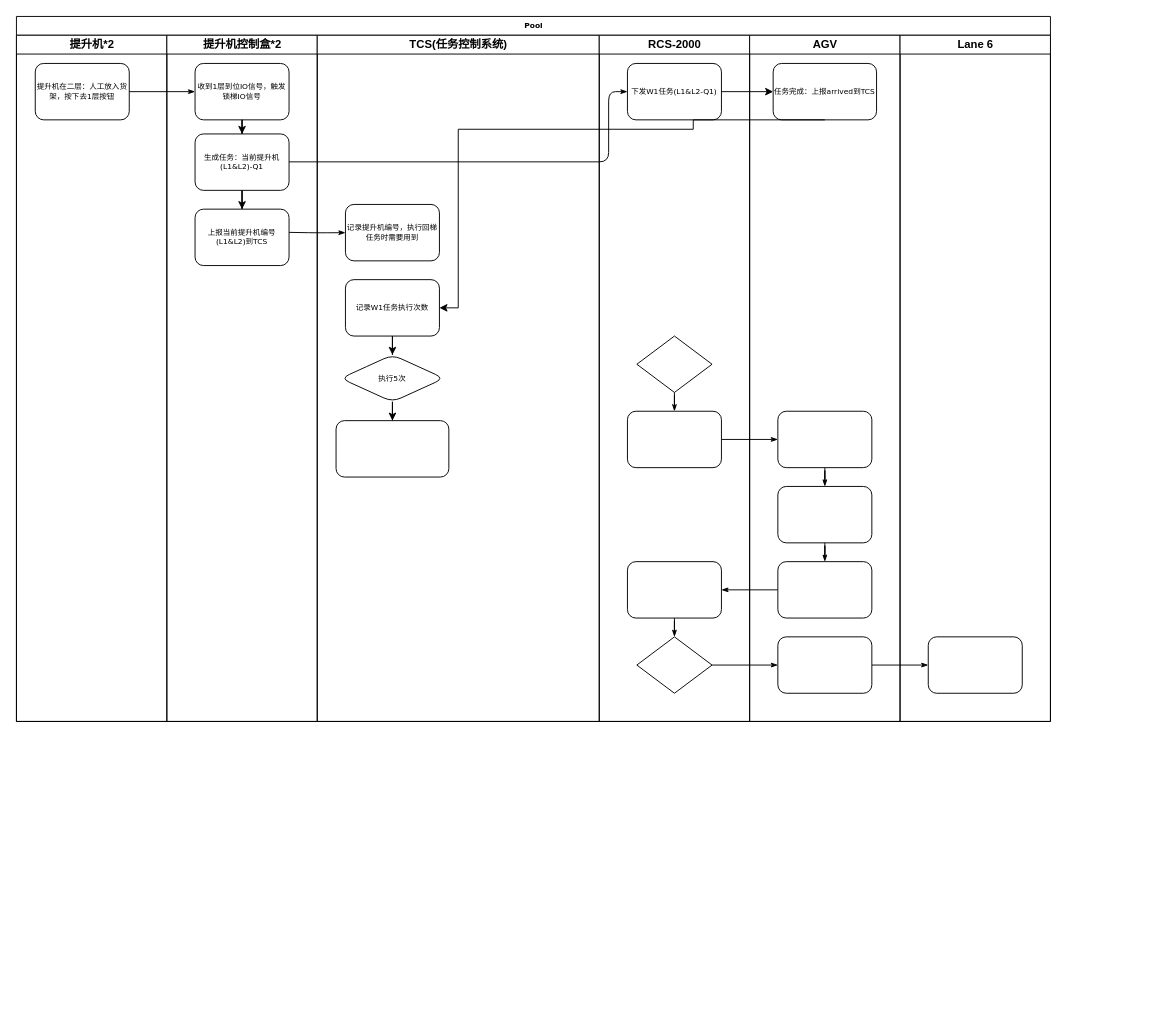
Earlier version of the draw.io diagram data/五子醉控制盒流程.drawio (chenyanxi/hosts). Source tidied: cells renumbered, new cells numbered last; positions are measured from the earlier drawing's top-left corner, leaving out a move shared by most shapes. Both pictures are drawn from the tidied source at 94%, with x=0, y=0 at pixel (16, 16).
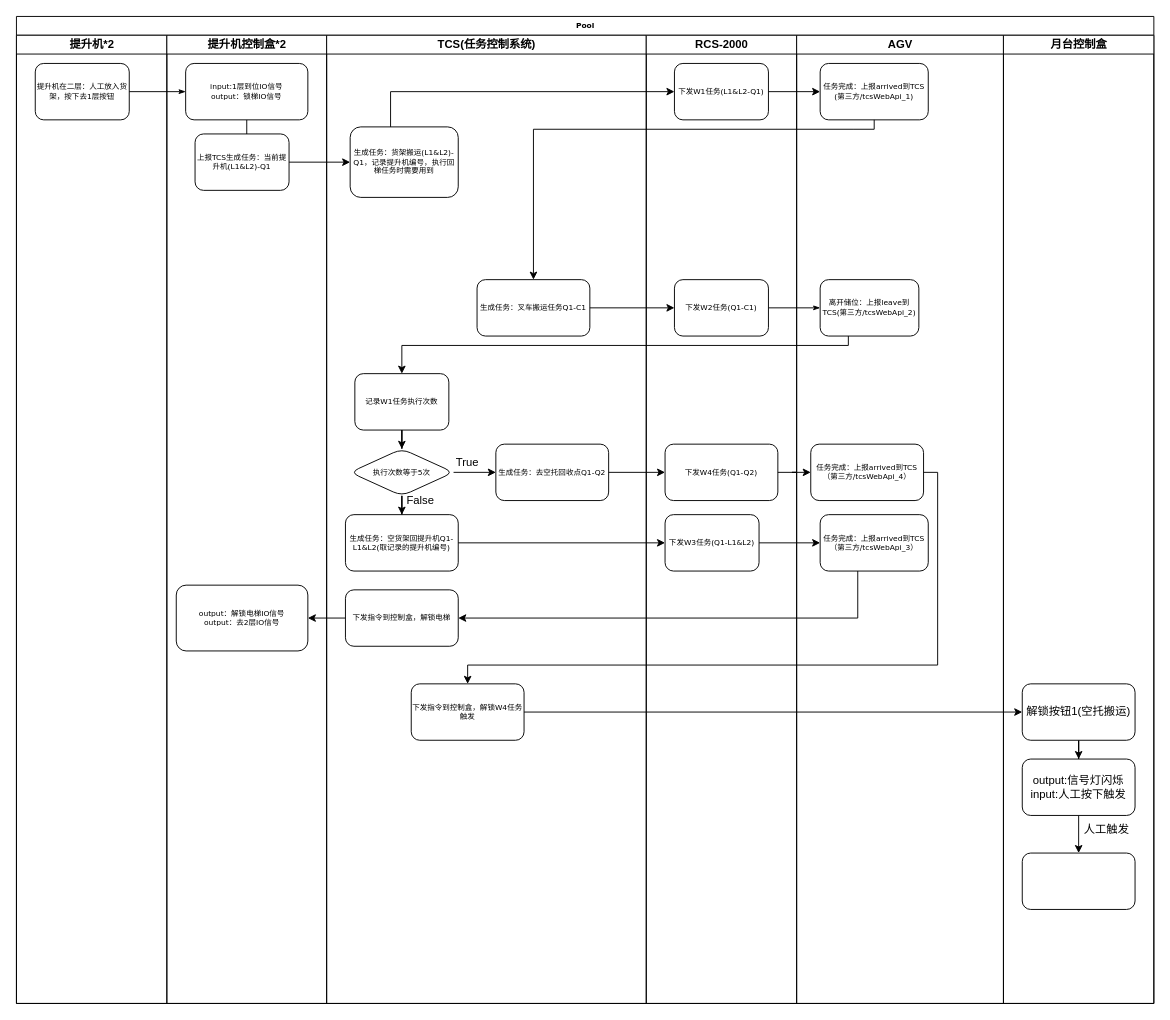
After the change.

Commit message:
更新五子醉控制盒流程.drawio

Unchanged cells that the change refers to:
```xml
<mxCell id="26" value="下发W1任务(L1&amp;amp;L2-Q1)" style="rounded=1;whiteSpace=wrap;html=1;shadow=0;labelBackgroundColor=none;strokeWidth=1;fontFamily=Verdana;fontSize=8;align=center;" parent="25" vertex="1">
  <mxGeometry x="30" y="30" width="100" height="60" as="geometry" />
</mxCell>
```

What changed in the source:
```diff
@@
     <mxCell id="2" value="Pool" style="swimlane;html=1;startSize=20;rounded=0;shadow=0;labelBackgroundColor=none;strokeWidth=1;fontFamily=Verdana;fontSize=8;align=center;" parent="1" vertex="1">
-      <mxGeometry width="1100" height="750" as="geometry" />
+      <mxGeometry width="1210" height="1050" as="geometry" />
     </mxCell>
     <mxCell id="3" value="提升机*2" style="swimlane;html=1;startSize=20;" parent="2" vertex="1">
-      <mxGeometry y="20" width="160" height="730" as="geometry" />
+      <mxGeometry y="20" width="160" height="1030" as="geometry" />
     </mxCell>
@@
-    <mxCell id="6" style="edgeStyle=orthogonalEdgeStyle;rounded=1;html=1;labelBackgroundColor=none;startArrow=none;startFill=0;startSize=5;endArrow=classicThin;endFill=1;endSize=5;jettySize=auto;strokeWidth=1;fontFamily=Verdana;fontSize=8;" parent="2" edge="1" source="30" target="37">
-      <mxGeometry relative="1" as="geometry" />
-    </mxCell>
-    <mxCell id="7" style="edgeStyle=orthogonalEdgeStyle;rounded=1;html=1;labelBackgroundColor=none;startArrow=none;startFill=0;startSize=5;endArrow=classicThin;endFill=1;endSize=5;jettySize=auto;strokeWidth=1;fontFamily=Verdana;fontSize=8;" parent="2" edge="1" source="37" target="42">
-      <mxGeometry relative="1" as="geometry" />
-    </mxCell>
@@
-    <mxCell id="9" style="edgeStyle=orthogonalEdgeStyle;rounded=1;html=1;labelBackgroundColor=none;startArrow=none;startFill=0;startSize=5;endArrow=classicThin;endFill=1;endSize=5;jettySize=auto;strokeColor=#000000;strokeWidth=1;fontFamily=Verdana;fontSize=8;fontColor=#000000;" parent="2" edge="1" source="36" target="29">
-      <mxGeometry relative="1" as="geometry" />
-    </mxCell>
     <mxCell id="10" value="提升机控制盒*2" style="swimlane;html=1;startSize=20;" parent="2" vertex="1">
-      <mxGeometry x="160" y="20" width="160" height="730" as="geometry" />
+      <mxGeometry x="160" y="20" width="170" height="1030" as="geometry" />
     </mxCell>
@@
-    <mxCell id="12" value="收到1层到位IO信号，触发锁梯IO信号" style="rounded=1;whiteSpace=wrap;html=1;shadow=0;labelBackgroundColor=none;strokeWidth=1;fontFamily=Verdana;fontSize=8;align=center;" parent="10" vertex="1">
-      <mxGeometry x="30" y="30" width="100" height="60" as="geometry" />
+    <mxCell id="12" value="input:1层到位IO信号&lt;br&gt;output：锁梯IO信号" style="rounded=1;whiteSpace=wrap;html=1;shadow=0;labelBackgroundColor=none;strokeWidth=1;fontFamily=Verdana;fontSize=8;align=center;" parent="10" vertex="1">
+      <mxGeometry x="20" y="30" width="130" height="60" as="geometry" />
     </mxCell>
-    <mxCell id="13" style="edgeStyle=orthogonalEdgeStyle;rounded=0;jettySize=auto;html=1;" parent="10" edge="1" source="14" target="15">
-      <mxGeometry relative="1" as="geometry" />
-    </mxCell>
-    <mxCell id="14" value="生成任务：当前提升机(L1&amp;amp;L2)-Q1" style="whiteSpace=wrap;html=1;fontSize=8;fontFamily=Verdana;rounded=1;shadow=0;labelBackgroundColor=none;strokeWidth=1;" parent="10" vertex="1">
+    <mxCell id="14" value="上报TCS生成任务：当前提升机(L1&amp;amp;L2)-Q1" style="whiteSpace=wrap;html=1;fontSize=8;fontFamily=Verdana;rounded=1;shadow=0;labelBackgroundColor=none;strokeWidth=1;" parent="10" vertex="1">
       <mxGeometry x="30" y="105" width="100" height="60" as="geometry" />
     </mxCell>
-    <mxCell id="15" value="上报当前提升机编号(L1&amp;amp;L2)到TCS" style="whiteSpace=wrap;html=1;fontSize=8;fontFamily=Verdana;rounded=1;shadow=0;labelBackgroundColor=none;strokeWidth=1;" parent="10" vertex="1">
-      <mxGeometry x="30" y="185" width="100" height="60" as="geometry" />
-    </mxCell>
-    <mxCell id="16" style="edgeStyle=orthogonalEdgeStyle;rounded=1;html=1;labelBackgroundColor=none;startArrow=none;startFill=0;startSize=5;endArrow=classicThin;endFill=1;endSize=5;jettySize=auto;strokeWidth=1;fontFamily=Verdana;fontSize=8;entryX=0;entryY=0.5;entryDx=0;entryDy=0;" parent="10" edge="1" target="26">
-      <mxGeometry relative="1" as="geometry">
-        <mxPoint x="130" y="134.7" as="sourcePoint" />
-        <Array as="points">
-          <mxPoint x="470" y="135" />
-          <mxPoint x="470" y="60" />
-        </Array>
-      </mxGeometry>
-    </mxCell>
+    <mxCell id="45" value="output：解锁电梯IO信号&lt;br&gt;output：去2层IO信号" style="whiteSpace=wrap;html=1;fontSize=8;fontFamily=Verdana;rounded=1;shadow=0;labelBackgroundColor=none;strokeWidth=1;" parent="10" vertex="1">
+      <mxGeometry x="10" y="585" width="140" height="70" as="geometry" />
+    </mxCell>
     <mxCell id="17" value="TCS(任务控制系统)" style="swimlane;html=1;startSize=20;" parent="2" vertex="1">
-      <mxGeometry x="320" y="20" width="300" height="730" as="geometry" />
+      <mxGeometry x="330" y="20" width="340" height="1030" as="geometry" />
     </mxCell>
-    <mxCell id="18" value="记录提升机编号，执行回梯任务时需要用到" style="rounded=1;whiteSpace=wrap;html=1;shadow=0;labelBackgroundColor=none;strokeWidth=1;fontFamily=Verdana;fontSize=8;align=center;" parent="17" vertex="1">
-      <mxGeometry x="30" y="180" width="100" height="60" as="geometry" />
-    </mxCell>
-    <mxCell id="19" style="edgeStyle=orthogonalEdgeStyle;rounded=1;html=1;labelBackgroundColor=none;startArrow=none;startFill=0;startSize=5;endArrow=classicThin;endFill=1;endSize=5;jettySize=auto;orthogonalLoop=1;strokeWidth=1;fontFamily=Verdana;fontSize=8;" parent="17" edge="1">
-      <mxGeometry relative="1" as="geometry">
-        <mxPoint x="-30" y="209.7" as="sourcePoint" />
-        <mxPoint x="30" y="210" as="targetPoint" />
-      </mxGeometry>
-    </mxCell>
@@
     <mxCell id="21" value="记录W1任务执行次数" style="whiteSpace=wrap;html=1;fontSize=8;fontFamily=Verdana;rounded=1;shadow=0;labelBackgroundColor=none;strokeWidth=1;" parent="17" vertex="1">
-      <mxGeometry x="30" y="260" width="100" height="60" as="geometry" />
+      <mxGeometry x="30" y="360" width="100" height="60" as="geometry" />
     </mxCell>
@@
+    <mxCell id="46" style="edgeStyle=orthogonalEdgeStyle;rounded=0;jettySize=auto;html=1;" parent="17" edge="1" source="23" target="48">
+      <mxGeometry relative="1" as="geometry" />
+    </mxCell>
-    <mxCell id="23" value="执行5次" style="rhombus;whiteSpace=wrap;html=1;fontSize=8;fontFamily=Verdana;rounded=1;shadow=0;labelBackgroundColor=none;strokeWidth=1;" parent="17" vertex="1">
-      <mxGeometry x="25" y="340" width="110" height="50" as="geometry" />
+    <mxCell id="23" value="执行次数等于5次" style="rhombus;whiteSpace=wrap;html=1;fontSize=8;fontFamily=Verdana;rounded=1;shadow=0;labelBackgroundColor=none;strokeWidth=1;" parent="17" vertex="1">
+      <mxGeometry x="25" y="440" width="110" height="50" as="geometry" />
     </mxCell>
-    <mxCell id="24" style="whiteSpace=wrap;html=1;fontSize=8;fontFamily=Verdana;rounded=1;shadow=0;labelBackgroundColor=none;strokeWidth=1;" parent="17" vertex="1">
-      <mxGeometry x="20" y="410" width="120" height="60" as="geometry" />
+    <mxCell id="24" value="生成任务：空货架回提升机Q1-L1&amp;amp;L2(取记录的提升机编号)" style="whiteSpace=wrap;html=1;fontSize=8;fontFamily=Verdana;rounded=1;shadow=0;labelBackgroundColor=none;strokeWidth=1;" parent="17" vertex="1">
+      <mxGeometry x="20" y="510" width="120" height="60" as="geometry" />
     </mxCell>
+    <mxCell id="47" value="False" style="text;html=1;strokeColor=none;fillColor=none;align=center;verticalAlign=middle;whiteSpace=wrap;rounded=0;" parent="17" vertex="1">
+      <mxGeometry x="70" y="480" width="60" height="30" as="geometry" />
+    </mxCell>
+    <mxCell id="48" value="生成任务：去空托回收点Q1-Q2" style="whiteSpace=wrap;html=1;fontSize=8;fontFamily=Verdana;rounded=1;shadow=0;labelBackgroundColor=none;strokeWidth=1;" parent="17" vertex="1">
+      <mxGeometry x="180" y="435" width="120" height="60" as="geometry" />
+    </mxCell>
+    <mxCell id="49" value="True" style="text;html=1;strokeColor=none;fillColor=none;align=center;verticalAlign=middle;whiteSpace=wrap;rounded=0;" parent="17" vertex="1">
+      <mxGeometry x="120" y="440" width="60" height="30" as="geometry" />
+    </mxCell>
+    <mxCell id="50" value="生成任务：叉车搬运任务Q1-C1" style="whiteSpace=wrap;html=1;fontSize=8;fontFamily=Verdana;rounded=1;shadow=0;labelBackgroundColor=none;strokeWidth=1;" parent="17" vertex="1">
+      <mxGeometry x="160" y="260" width="120" height="60" as="geometry" />
+    </mxCell>
+    <mxCell id="51" value="下发指令到控制盒，解锁电梯" style="whiteSpace=wrap;html=1;fontSize=8;fontFamily=Verdana;rounded=1;shadow=0;labelBackgroundColor=none;strokeWidth=1;" parent="17" vertex="1">
+      <mxGeometry x="20" y="590" width="120" height="60" as="geometry" />
+    </mxCell>
+    <mxCell id="52" value="生成任务：货架搬运(L1&amp;amp;L2)-Q1，记录提升机编号，执行回梯任务时需要用到" style="whiteSpace=wrap;html=1;fontSize=8;fontFamily=Verdana;rounded=1;shadow=0;labelBackgroundColor=none;strokeWidth=1;" parent="17" vertex="1">
+      <mxGeometry x="25" y="97.5" width="115" height="75" as="geometry" />
+    </mxCell>
+    <mxCell id="53" value="下发指令到控制盒，解锁W4任务触发" style="whiteSpace=wrap;html=1;fontSize=8;fontFamily=Verdana;rounded=1;shadow=0;labelBackgroundColor=none;strokeWidth=1;" parent="17" vertex="1">
+      <mxGeometry x="90" y="690" width="120" height="60" as="geometry" />
+    </mxCell>
     <mxCell id="25" value="RCS-2000" style="swimlane;html=1;startSize=20;" parent="2" vertex="1">
-      <mxGeometry x="620" y="20" width="160" height="730" as="geometry" />
+      <mxGeometry x="670" y="20" width="160" height="1030" as="geometry" />
     </mxCell>
@@
-    <mxCell id="27" style="rhombus;whiteSpace=wrap;html=1;rounded=0;shadow=0;labelBackgroundColor=none;strokeWidth=1;fontFamily=Verdana;fontSize=8;align=center;" parent="25" vertex="1">
-      <mxGeometry x="40" y="320" width="80" height="60" as="geometry" />
-    </mxCell>
-    <mxCell id="28" style="rounded=1;whiteSpace=wrap;html=1;shadow=0;labelBackgroundColor=none;strokeWidth=1;fontFamily=Verdana;fontSize=8;align=center;" parent="25" vertex="1">
-      <mxGeometry x="30" y="400" width="100" height="60" as="geometry" />
+    <mxCell id="28" value="下发W2任务(Q1-C1)" style="rounded=1;whiteSpace=wrap;html=1;shadow=0;labelBackgroundColor=none;strokeWidth=1;fontFamily=Verdana;fontSize=8;align=center;" parent="25" vertex="1">
+      <mxGeometry x="30" y="260" width="100" height="60" as="geometry" />
     </mxCell>
-    <mxCell id="29" style="rounded=1;whiteSpace=wrap;html=1;shadow=0;labelBackgroundColor=none;strokeWidth=1;fontFamily=Verdana;fontSize=8;align=center;" parent="25" vertex="1">
-      <mxGeometry x="30" y="560" width="100" height="60" as="geometry" />
+    <mxCell id="29" value="下发W3任务(Q1-L1&amp;amp;L2)" style="rounded=1;whiteSpace=wrap;html=1;shadow=0;labelBackgroundColor=none;strokeWidth=1;fontFamily=Verdana;fontSize=8;align=center;" parent="25" vertex="1">
+      <mxGeometry x="20" y="510" width="100" height="60" as="geometry" />
     </mxCell>
-    <mxCell id="30" style="rhombus;whiteSpace=wrap;html=1;rounded=0;shadow=0;labelBackgroundColor=none;strokeWidth=1;fontFamily=Verdana;fontSize=8;align=center;" parent="25" vertex="1">
-      <mxGeometry x="40" y="640" width="80" height="60" as="geometry" />
-    </mxCell>
-    <mxCell id="31" style="edgeStyle=orthogonalEdgeStyle;rounded=1;html=1;labelBackgroundColor=none;startArrow=none;startFill=0;startSize=5;endArrow=classicThin;endFill=1;endSize=5;jettySize=auto;strokeWidth=1;fontFamily=Verdana;fontSize=8;" parent="25" edge="1" source="27" target="28">
-      <mxGeometry relative="1" as="geometry" />
-    </mxCell>
-    <mxCell id="32" style="edgeStyle=orthogonalEdgeStyle;rounded=1;html=1;labelBackgroundColor=none;startArrow=none;startFill=0;startSize=5;endArrow=classicThin;endFill=1;endSize=5;jettySize=auto;strokeWidth=1;fontFamily=Verdana;fontSize=8;" parent="25" edge="1" source="29" target="30">
-      <mxGeometry relative="1" as="geometry" />
-    </mxCell>
+    <mxCell id="54" value="下发W4任务(Q1-Q2)" style="whiteSpace=wrap;html=1;fontSize=8;fontFamily=Verdana;rounded=1;shadow=0;labelBackgroundColor=none;strokeWidth=1;" parent="25" vertex="1">
+      <mxGeometry x="20" y="435" width="120" height="60" as="geometry" />
+    </mxCell>
     <mxCell id="33" value="AGV" style="swimlane;html=1;startSize=20;" parent="2" vertex="1">
-      <mxGeometry x="780" y="20" width="160" height="730" as="geometry" />
+      <mxGeometry x="830" y="20" width="220" height="1030" as="geometry" />
     </mxCell>
-    <mxCell id="34" style="rounded=1;whiteSpace=wrap;html=1;shadow=0;labelBackgroundColor=none;strokeWidth=1;fontFamily=Verdana;fontSize=8;align=center;" parent="33" vertex="1">
-      <mxGeometry x="30" y="400" width="100" height="60" as="geometry" />
+    <mxCell id="34" value="离开储位：上报leave到TCS(第三方/tcsWebApi_2)" style="rounded=1;whiteSpace=wrap;html=1;shadow=0;labelBackgroundColor=none;strokeWidth=1;fontFamily=Verdana;fontSize=8;align=center;" parent="33" vertex="1">
+      <mxGeometry x="25" y="260" width="105" height="60" as="geometry" />
     </mxCell>
-    <mxCell id="35" style="rounded=1;whiteSpace=wrap;html=1;shadow=0;labelBackgroundColor=none;strokeWidth=1;fontFamily=Verdana;fontSize=8;align=center;" parent="33" vertex="1">
-      <mxGeometry x="30" y="480" width="100" height="60" as="geometry" />
+    <mxCell id="35" value="任务完成：上报arrived到TCS（第三方/tcsWebApi_3）" style="rounded=1;whiteSpace=wrap;html=1;shadow=0;labelBackgroundColor=none;strokeWidth=1;fontFamily=Verdana;fontSize=8;align=center;" parent="33" vertex="1">
+      <mxGeometry x="25" y="510" width="115" height="60" as="geometry" />
     </mxCell>
-    <mxCell id="36" style="rounded=1;whiteSpace=wrap;html=1;shadow=0;labelBackgroundColor=none;strokeWidth=1;fontFamily=Verdana;fontSize=8;align=center;" parent="33" vertex="1">
-      <mxGeometry x="30" y="560" width="100" height="60" as="geometry" />
-    </mxCell>
-    <mxCell id="37" style="rounded=1;whiteSpace=wrap;html=1;shadow=0;labelBackgroundColor=none;strokeWidth=1;fontFamily=Verdana;fontSize=8;align=center;" parent="33" vertex="1">
-      <mxGeometry x="30" y="640" width="100" height="60" as="geometry" />
-    </mxCell>
-    <mxCell id="38" style="edgeStyle=orthogonalEdgeStyle;rounded=1;html=1;labelBackgroundColor=none;startArrow=none;startFill=0;startSize=5;endArrow=classicThin;endFill=1;endSize=5;jettySize=auto;strokeWidth=1;fontFamily=Verdana;fontSize=8;" parent="33" edge="1" source="34" target="35">
-      <mxGeometry relative="1" as="geometry" />
-    </mxCell>
-    <mxCell id="39" style="edgeStyle=orthogonalEdgeStyle;rounded=1;html=1;labelBackgroundColor=none;startArrow=none;startFill=0;startSize=5;endArrow=classicThin;endFill=1;endSize=5;jettySize=auto;strokeWidth=1;fontFamily=Verdana;fontSize=8;" parent="33" edge="1" source="35" target="36">
-      <mxGeometry relative="1" as="geometry" />
-    </mxCell>
-    <mxCell id="40" value="任务完成：上报arrived到TCS" style="whiteSpace=wrap;html=1;fontSize=8;fontFamily=Verdana;rounded=1;shadow=0;labelBackgroundColor=none;strokeWidth=1;" parent="33" vertex="1">
-      <mxGeometry x="25" y="30" width="110" height="60" as="geometry" />
+    <mxCell id="40" value="任务完成：上报arrived到TCS&lt;br&gt;(第三方/tcsWebApi_1)" style="whiteSpace=wrap;html=1;fontSize=8;fontFamily=Verdana;rounded=1;shadow=0;labelBackgroundColor=none;strokeWidth=1;" parent="33" vertex="1">
+      <mxGeometry x="25" y="30" width="115" height="60" as="geometry" />
     </mxCell>
+    <mxCell id="55" value="任务完成：上报arrived到TCS（第三方/tcsWebApi_4）" style="whiteSpace=wrap;html=1;fontSize=8;fontFamily=Verdana;rounded=1;shadow=0;labelBackgroundColor=none;strokeWidth=1;" parent="33" vertex="1">
+      <mxGeometry x="15" y="435" width="120" height="60" as="geometry" />
+    </mxCell>
-    <mxCell id="41" value="Lane 6" style="swimlane;html=1;startSize=20;" parent="2" vertex="1">
-      <mxGeometry x="940" y="20" width="160" height="730" as="geometry" />
+    <mxCell id="41" value="月台控制盒" style="swimlane;html=1;startSize=20;" parent="2" vertex="1">
+      <mxGeometry x="1050" y="20" width="160" height="1030" as="geometry" />
     </mxCell>
-    <mxCell id="42" style="rounded=1;whiteSpace=wrap;html=1;shadow=0;labelBackgroundColor=none;strokeWidth=1;fontFamily=Verdana;fontSize=8;align=center;" parent="41" vertex="1">
-      <mxGeometry x="30" y="640" width="100" height="60" as="geometry" />
-    </mxCell>
+    <mxCell id="56" style="edgeStyle=orthogonalEdgeStyle;rounded=0;jettySize=auto;html=1;" parent="41" edge="1" source="57" target="59">
+      <mxGeometry relative="1" as="geometry" />
+    </mxCell>
+    <mxCell id="57" value="解锁按钮1(空托搬运)" style="rounded=1;whiteSpace=wrap;html=1;" parent="41" vertex="1">
+      <mxGeometry x="20" y="690" width="120" height="60" as="geometry" />
+    </mxCell>
+    <mxCell id="58" style="edgeStyle=orthogonalEdgeStyle;rounded=0;jettySize=auto;html=1;" parent="41" edge="1" source="59" target="60">
+      <mxGeometry relative="1" as="geometry" />
+    </mxCell>
+    <mxCell id="59" value="output:信号灯闪烁&lt;br&gt;input:人工按下触发" style="whiteSpace=wrap;html=1;rounded=1;" parent="41" vertex="1">
+      <mxGeometry x="20" y="770" width="120" height="60" as="geometry" />
+    </mxCell>
+    <mxCell id="60" style="whiteSpace=wrap;html=1;rounded=1;" parent="41" vertex="1">
+      <mxGeometry x="20" y="870" width="120" height="60" as="geometry" />
+    </mxCell>
+    <mxCell id="61" value="人工触发" style="text;html=1;strokeColor=none;fillColor=none;align=center;verticalAlign=middle;whiteSpace=wrap;rounded=0;" parent="41" vertex="1">
+      <mxGeometry x="80" y="830" width="60" height="30" as="geometry" />
+    </mxCell>
@@
-    <mxCell id="44" style="edgeStyle=orthogonalEdgeStyle;rounded=0;jettySize=auto;html=1;exitX=0.5;exitY=1;exitDx=0;exitDy=0;entryX=1;entryY=0.5;entryDx=0;entryDy=0;" parent="2" edge="1" source="40" target="21">
+    <mxCell id="44" style="edgeStyle=orthogonalEdgeStyle;rounded=0;jettySize=auto;html=1;exitX=0.5;exitY=1;exitDx=0;exitDy=0;entryX=0.5;entryY=0;entryDx=0;entryDy=0;" parent="2" edge="1" source="40" target="50">
       <mxGeometry relative="1" as="geometry">
         <Array as="points">
-          <mxPoint x="720" y="120" />
-          <mxPoint x="470" y="120" />
-          <mxPoint x="470" y="310" />
+          <mxPoint x="890" y="120" />
+          <mxPoint x="540" y="120" />
         </Array>
       </mxGeometry>
     </mxCell>
+    <mxCell id="62" style="edgeStyle=orthogonalEdgeStyle;rounded=0;jettySize=auto;html=1;entryX=0;entryY=0.5;entryDx=0;entryDy=0;" parent="2" edge="1" source="50" target="28">
+      <mxGeometry relative="1" as="geometry" />
+    </mxCell>
+    <mxCell id="63" style="edgeStyle=orthogonalEdgeStyle;rounded=0;jettySize=auto;html=1;entryX=0.5;entryY=0;entryDx=0;entryDy=0;" parent="2" edge="1" source="34" target="21">
+      <mxGeometry relative="1" as="geometry">
+        <Array as="points">
+          <mxPoint x="885" y="350" />
+          <mxPoint x="410" y="350" />
+        </Array>
+      </mxGeometry>
+    </mxCell>
+    <mxCell id="64" style="edgeStyle=orthogonalEdgeStyle;rounded=0;jettySize=auto;html=1;entryX=0;entryY=0.5;entryDx=0;entryDy=0;" parent="2" edge="1" source="24" target="29">
+      <mxGeometry relative="1" as="geometry" />
+    </mxCell>
+    <mxCell id="65" style="edgeStyle=orthogonalEdgeStyle;rounded=0;jettySize=auto;html=1;" parent="2" edge="1" source="29" target="35">
+      <mxGeometry relative="1" as="geometry" />
+    </mxCell>
+    <mxCell id="66" style="edgeStyle=orthogonalEdgeStyle;rounded=0;jettySize=auto;html=1;entryX=1;entryY=0.5;entryDx=0;entryDy=0;" parent="2" edge="1" source="35" target="51">
+      <mxGeometry relative="1" as="geometry">
+        <Array as="points">
+          <mxPoint x="895" y="640" />
+        </Array>
+      </mxGeometry>
+    </mxCell>
+    <mxCell id="67" style="edgeStyle=orthogonalEdgeStyle;rounded=0;jettySize=auto;html=1;" parent="2" edge="1" source="51" target="45">
+      <mxGeometry relative="1" as="geometry" />
+    </mxCell>
+    <mxCell id="68" style="edgeStyle=orthogonalEdgeStyle;rounded=0;jettySize=auto;html=1;" parent="2" edge="1" source="14" target="52">
+      <mxGeometry relative="1" as="geometry" />
+    </mxCell>
+    <mxCell id="69" style="edgeStyle=orthogonalEdgeStyle;rounded=0;jettySize=auto;html=1;entryX=0;entryY=0.5;entryDx=0;entryDy=0;" parent="2" edge="1" source="52" target="26">
+      <mxGeometry relative="1" as="geometry">
+        <Array as="points">
+          <mxPoint x="398" y="80" />
+        </Array>
+      </mxGeometry>
+    </mxCell>
+    <mxCell id="70" style="edgeStyle=orthogonalEdgeStyle;rounded=0;jettySize=auto;html=1;" parent="2" edge="1" source="48" target="54">
+      <mxGeometry relative="1" as="geometry" />
+    </mxCell>
+    <mxCell id="71" style="edgeStyle=orthogonalEdgeStyle;rounded=0;jettySize=auto;html=1;" parent="2" edge="1" source="54" target="55">
+      <mxGeometry relative="1" as="geometry" />
+    </mxCell>
+    <mxCell id="72" style="edgeStyle=orthogonalEdgeStyle;rounded=0;jettySize=auto;html=1;entryX=0.5;entryY=0;entryDx=0;entryDy=0;" parent="2" edge="1" source="55" target="53">
+      <mxGeometry relative="1" as="geometry">
+        <Array as="points">
+          <mxPoint x="980" y="485" />
+          <mxPoint x="980" y="690" />
+          <mxPoint x="480" y="690" />
+        </Array>
+      </mxGeometry>
+    </mxCell>
+    <mxCell id="73" style="edgeStyle=orthogonalEdgeStyle;rounded=0;jettySize=auto;html=1;entryX=0;entryY=0.5;entryDx=0;entryDy=0;" parent="2" edge="1" source="53" target="57">
+      <mxGeometry relative="1" as="geometry">
+        <Array as="points">
+          <mxPoint x="1070" y="740" />
+        </Array>
+      </mxGeometry>
+    </mxCell>
```
